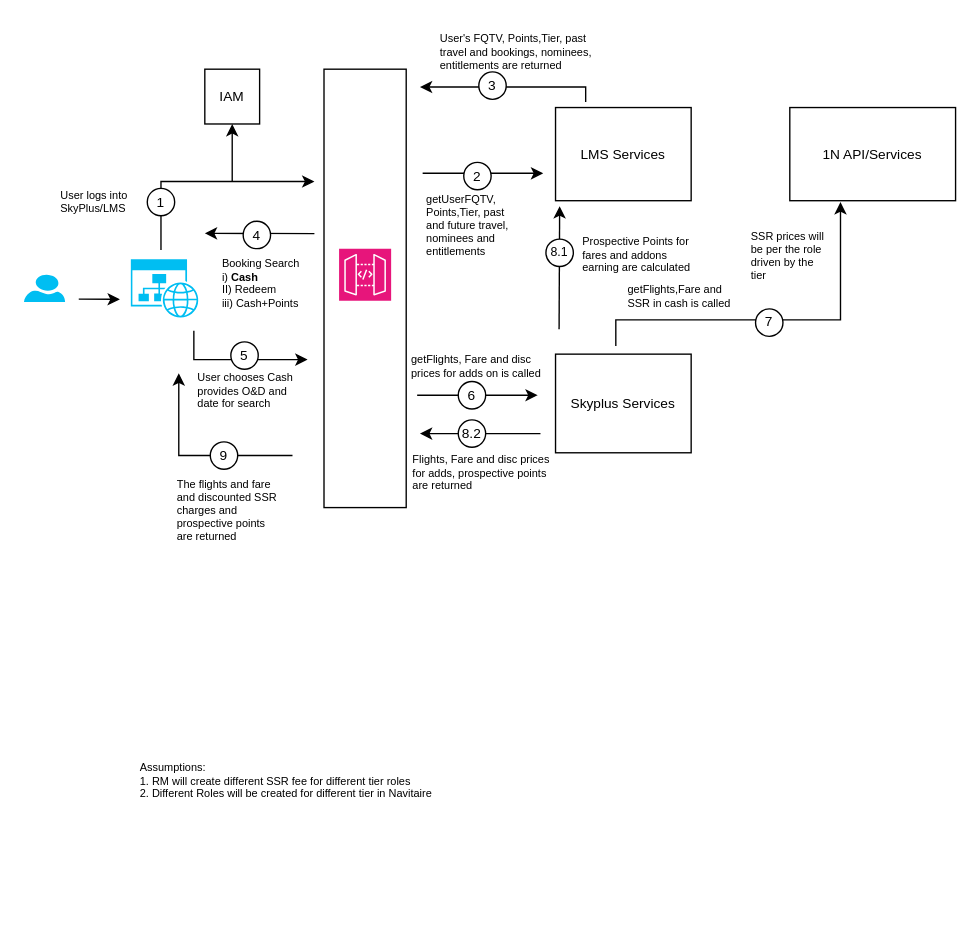
The draw.io diagram page "Search" (1 of 2) of Earn_modify.drawio in nchauhan4/drawings, before the edit. Source tidied: cells renumbered, new cells numbered last; positions are measured from the earlier drawing's top-left corner, leaving out a move shared by most shapes. Both pictures are drawn from the tidied source at 137%, with x=0, y=0 at pixel (23, 23).
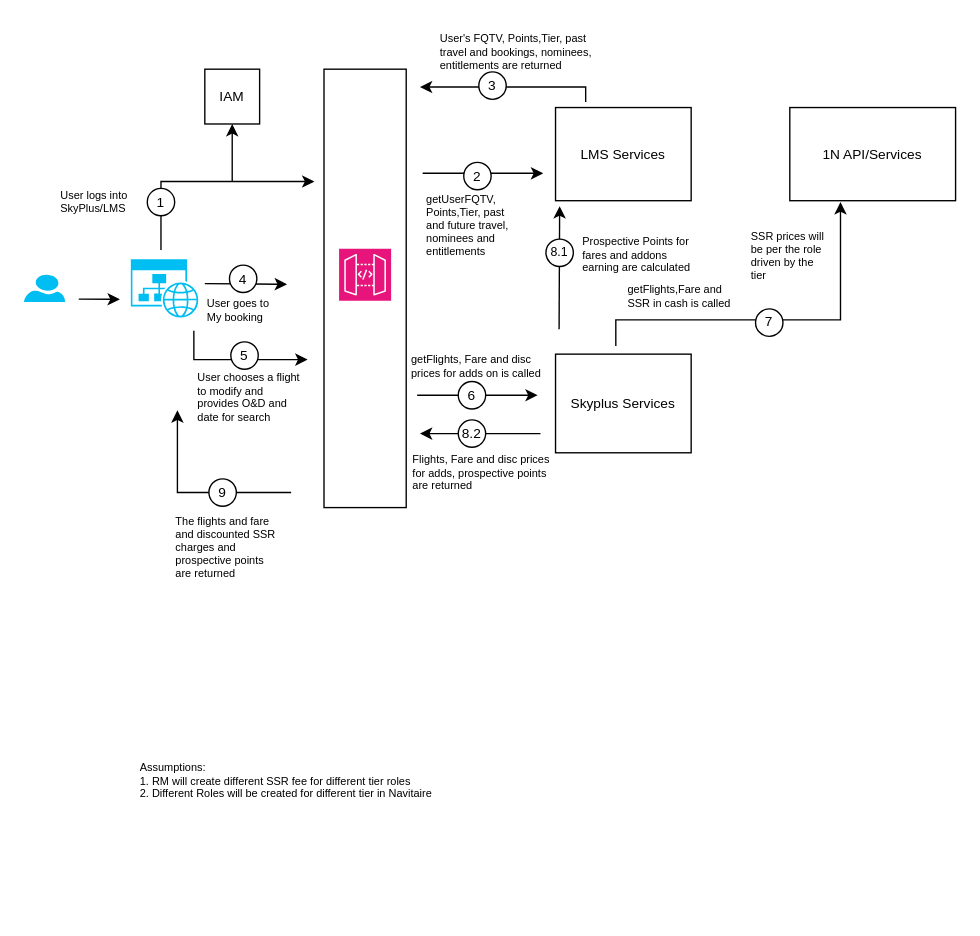
The same diagram, later.

What changed in the source:
```diff
@@
-    <mxCell id="8" value="Booking Search&lt;br&gt;i) &lt;b&gt;Cash&lt;/b&gt;&lt;br&gt;II) Redeem&lt;br&gt;iii) Cash+Points" style="text;html=1;strokeColor=none;fillColor=none;align=left;verticalAlign=top;whiteSpace=wrap;rounded=0;fontSize=8;" parent="1" vertex="1">
-      <mxGeometry x="142.5" y="164" width="58.5" height="47" as="geometry" />
-    </mxCell>
@@
-    <mxCell id="11" style="endArrow=classic;html=1;rounded=0;" parent="1" edge="1">
-      <mxGeometry relative="1" as="geometry">
-        <mxPoint x="212" y="153" as="sourcePoint" />
-        <mxPoint x="132" y="152.8" as="targetPoint" />
-      </mxGeometry>
-    </mxCell>
-    <mxCell id="12" style="ellipse;whiteSpace=wrap;html=1;" parent="1" vertex="1">
-      <mxGeometry x="160" y="144" width="20" height="20" as="geometry" />
-    </mxCell>
-    <mxCell id="13" value="&lt;font style=&quot;font-size: 10px;&quot;&gt;4&lt;/font&gt;" style="text;html=1;strokeColor=none;fillColor=none;align=center;verticalAlign=middle;whiteSpace=wrap;rounded=0;" parent="1" vertex="1">
-      <mxGeometry x="155" y="144" width="30" height="20" as="geometry" />
-    </mxCell>
@@
+    <mxCell id="21" value="&lt;font style=&quot;font-size: 10px;&quot;&gt;LMS Services&lt;/font&gt;" style="rounded=0;whiteSpace=wrap;html=1;" parent="1" vertex="1">
+      <mxGeometry x="388" y="61" width="99" height="68" as="geometry" />
+    </mxCell>
-    <mxCell id="20" value="User chooses Cash provides O&amp;amp;D and date for search" style="text;html=1;strokeColor=none;fillColor=none;align=left;verticalAlign=top;whiteSpace=wrap;rounded=0;fontSize=8;" parent="1" vertex="1">
+    <mxCell id="20" value="User chooses a flight to modify and provides O&amp;amp;D and date for search" style="text;html=1;strokeColor=none;fillColor=none;align=left;verticalAlign=top;whiteSpace=wrap;rounded=0;fontSize=8;" parent="1" vertex="1">
       <mxGeometry x="124.5" y="246.5" width="76.5" height="38.5" as="geometry" />
     </mxCell>
-    <mxCell id="21" value="&lt;font style=&quot;font-size: 10px;&quot;&gt;LMS Services&lt;/font&gt;" style="rounded=0;whiteSpace=wrap;html=1;" parent="1" vertex="1">
-      <mxGeometry x="388" y="61" width="99" height="68" as="geometry" />
-    </mxCell>
@@
     <mxCell id="39" style="endArrow=classic;html=1;rounded=0;" parent="1" edge="1">
       <mxGeometry relative="1" as="geometry">
-        <mxPoint x="196" y="315" as="sourcePoint" />
-        <mxPoint x="113" y="255" as="targetPoint" />
+        <mxPoint x="195" y="342" as="sourcePoint" />
+        <mxPoint x="112" y="282" as="targetPoint" />
         <Array as="points">
-          <mxPoint x="163" y="315" />
-          <mxPoint x="113" y="315" />
+          <mxPoint x="162" y="342" />
+          <mxPoint x="112" y="342" />
         </Array>
       </mxGeometry>
     </mxCell>
     <mxCell id="40" style="ellipse;whiteSpace=wrap;html=1;" parent="1" vertex="1">
-      <mxGeometry x="136" y="305" width="20" height="20" as="geometry" />
+      <mxGeometry x="135" y="332" width="20" height="20" as="geometry" />
     </mxCell>
     <mxCell id="41" value="&lt;font style=&quot;font-size: 10px;&quot;&gt;9&lt;/font&gt;" style="text;html=1;strokeColor=none;fillColor=none;align=center;verticalAlign=middle;whiteSpace=wrap;rounded=0;" parent="1" vertex="1">
-      <mxGeometry x="131" y="305" width="30" height="20" as="geometry" />
+      <mxGeometry x="130" y="332" width="30" height="20" as="geometry" />
     </mxCell>
@@
     <mxCell id="47" value="The flights and fare and discounted SSR charges and prospective points are returned" style="text;html=1;strokeColor=none;fillColor=none;align=left;verticalAlign=top;whiteSpace=wrap;rounded=0;fontSize=8;" parent="1" vertex="1">
-      <mxGeometry x="110" y="325" width="79.2" height="48" as="geometry" />
+      <mxGeometry x="109" y="352" width="79.2" height="48" as="geometry" />
     </mxCell>
@@
+    <mxCell id="54" value="User goes to My booking&amp;nbsp;" style="text;html=1;strokeColor=none;fillColor=none;align=left;verticalAlign=top;whiteSpace=wrap;rounded=0;fontSize=8;" parent="1" vertex="1">
+      <mxGeometry x="132" y="193" width="50" height="34" as="geometry" />
+    </mxCell>
+    <mxCell id="55" style="endArrow=classic;html=1;rounded=0;" parent="1" edge="1">
+      <mxGeometry relative="1" as="geometry">
+        <mxPoint x="132" y="189.5" as="sourcePoint" />
+        <mxPoint x="192" y="190" as="targetPoint" />
+      </mxGeometry>
+    </mxCell>
+    <mxCell id="56" style="ellipse;whiteSpace=wrap;html=1;" parent="1" vertex="1">
+      <mxGeometry x="150" y="176" width="20" height="20" as="geometry" />
+    </mxCell>
+    <mxCell id="13" value="&lt;font style=&quot;font-size: 10px;&quot;&gt;4&lt;/font&gt;" style="text;html=1;strokeColor=none;fillColor=none;align=center;verticalAlign=middle;whiteSpace=wrap;rounded=0;" parent="1" vertex="1">
+      <mxGeometry x="145" y="176" width="30" height="20" as="geometry" />
+    </mxCell>
```
